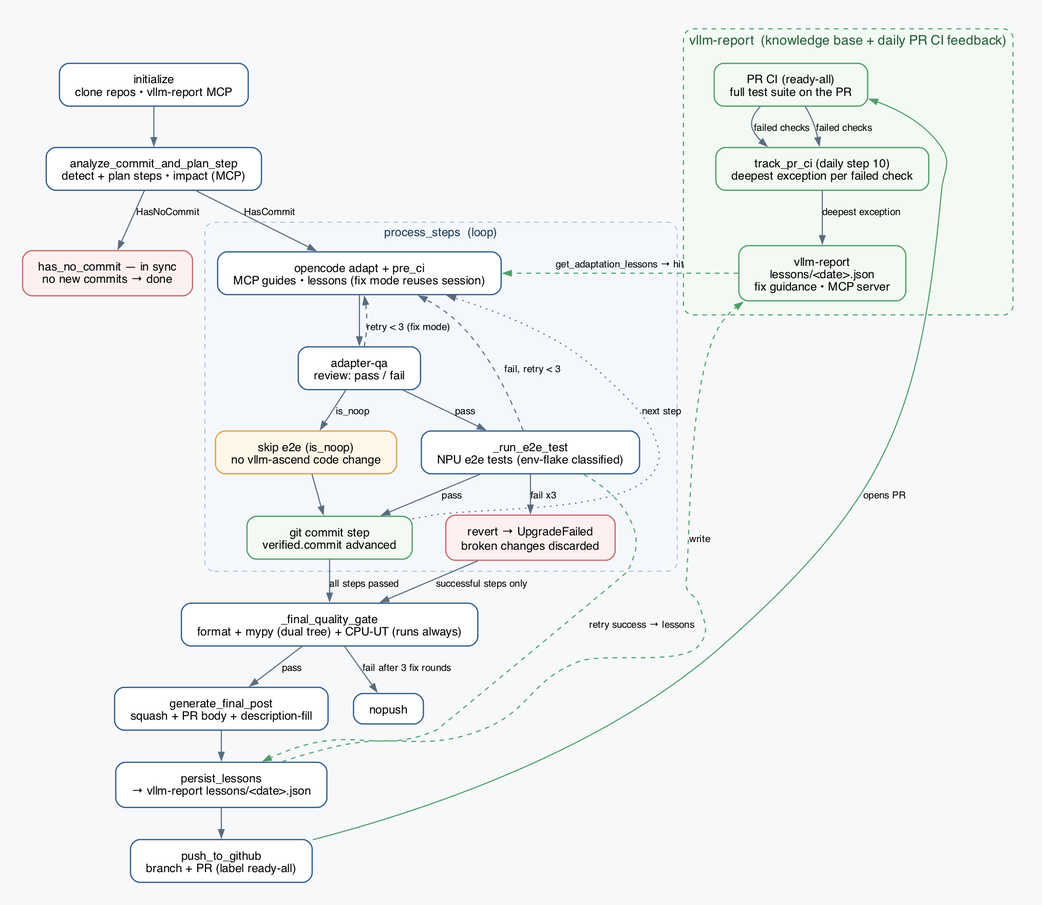
Earlier version of the Graphviz export docs/images/workflow.png (vllm-ascend/main2main_flow). Its source is kept beside it as docs/images/workflow.dot.
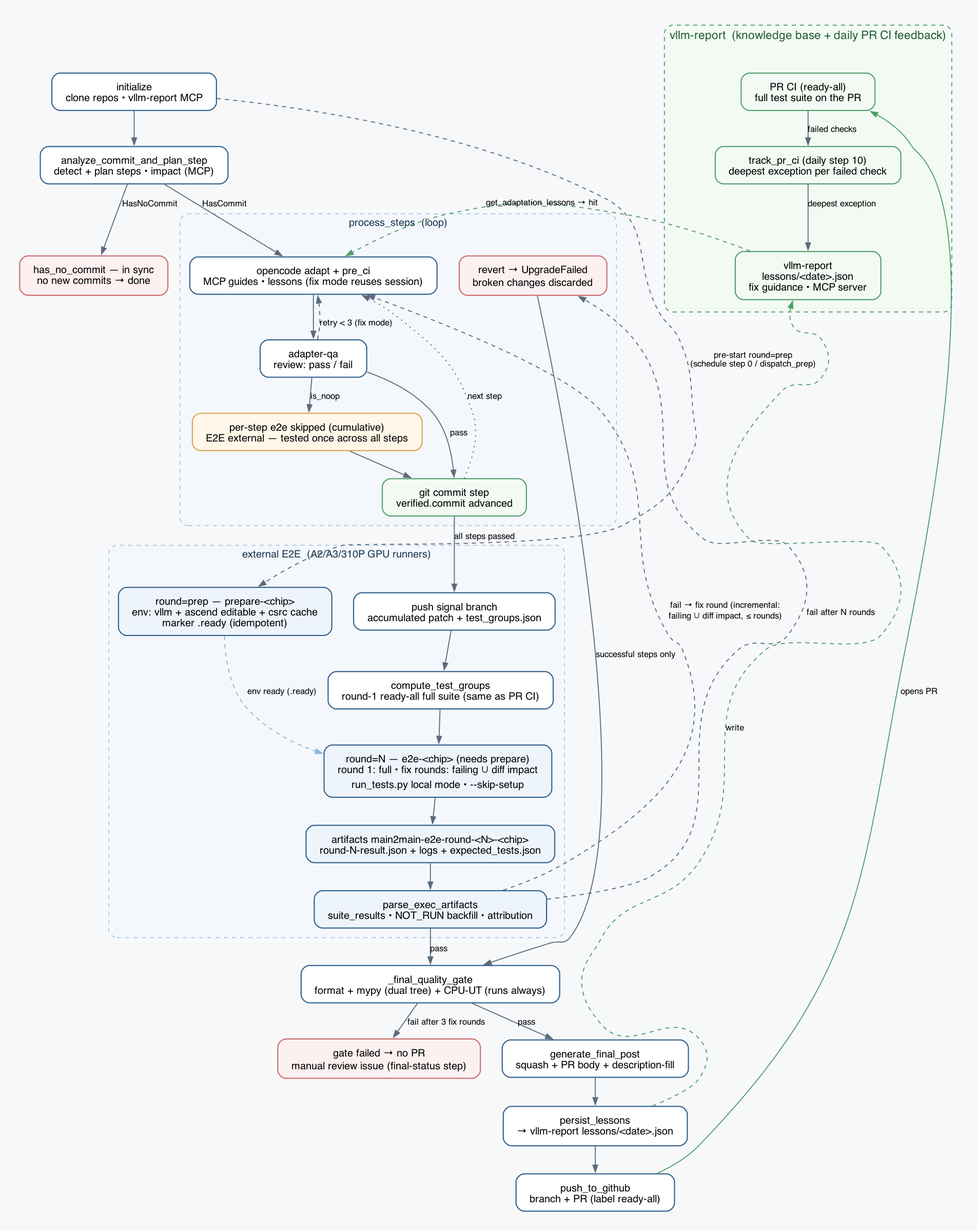
The same diagram one commit later.

Diff of the diagram source:
```diff
@@ -22,8 +22,7 @@
 
       adapter [label="opencode adapt + pre_ci\nMCP guides • lessons (fix mode reuses session)"];
       qa      [label="adapter-qa\nreview: pass / fail"];
-      e2e     [label="_run_e2e_test\nNPU e2e tests (env-flake classified)"];
-      noop    [label="skip e2e (is_noop)\nno vllm-ascend code change",
+      noop    [label="per-step e2e skipped (cumulative)\nE2E external — tested once across all steps",
                fillcolor="#fff7e8", color="#d9a14f"];
       commit  [label="git commit step\nverified.commit advanced",
                fillcolor="#f3faf3", color="#4f9d6b"];
@@ -31,26 +30,51 @@
                fillcolor="#fdf0f0", color="#c96a6a"];
     }
 
+    subgraph cluster_e2e {
+      label="external E2E  (A2/A3/310P GPU runners)";
+      labelloc=t; fontsize=15; fontcolor="#1a3550";
+      style="rounded,dashed"; color="#8fb4d9"; bgcolor="#f4f8fd"; margin=14;
+
+      prep    [label="round=prep — prepare-<chip>\nenv: vllm + ascend editable + csrc cache\nmarker .ready (idempotent)",
+               fillcolor="#eef4fc"];
+      signal  [label="push signal branch\naccumulated patch + test_groups.json"];
+      groups  [label="compute_test_groups\nround-1 ready-all full suite (same as PR CI)"];
+      exec    [label="round=N — e2e-<chip> (needs prepare)\nround 1: full • fix rounds: failing ∪ diff impact\nrun_tests.py local mode • --skip-setup",
+               fillcolor="#eef4fc"];
+      arts    [label="artifacts main2main-e2e-round-<N>-<chip>\nround-N-result.json + logs + expected_tests.json",
+               fillcolor="#eef4fc"];
+      parse   [label="parse_exec_artifacts\nsuite_results • NOT_RUN backfill • attribution",
+               fillcolor="#eef4fc"];
+    }
+
     gate    [label="_final_quality_gate\nformat + mypy (dual tree) + CPU-UT (runs always)"];
+    nopush  [label="gate failed → no PR\nmanual review issue (final-status step)",
+             fillcolor="#fdf0f0", color="#c96a6a"];
     post    [label="generate_final_post\nsquash + PR body + description-fill"];
     lessons [label="persist_lessons\n→ vllm-report lessons/<date>.json"];
     push    [label="push_to_github\nbranch + PR (label ready-all)"];
 
     init -> analyze;
+    init -> prep [label="pre-start round=prep\n(schedule step 0 / dispatch_prep)",
+                  style=dashed, constraint=false];
     analyze -> nocommit [label="HasNoCommit"];
     analyze -> adapter [label="HasCommit"];
     adapter -> qa;
     qa -> adapter [label="retry < 3 (fix mode)", style=dashed, constraint=false];
-    qa -> e2e [label="pass"];
     qa -> noop [label="is_noop"];
+    qa -> commit [label="pass"];
     noop -> commit;
-    e2e -> commit [label="pass"];
-    e2e -> adapter [label="fail, retry < 3", style=dashed, constraint=false];
-    e2e -> revert [label="fail x3"];
     commit -> adapter [label="next step", style=dotted, constraint=false];
-    commit -> gate [label="all steps passed"];
-    e2e -> lessons [label="retry success → lessons", style=dashed,
-                    constraint=false, color="#4f9d6b"];
+    commit -> signal [label="all steps passed"];
+    signal -> groups;
+    groups -> exec;
+    prep -> exec [label="env ready (.ready)", style=dashed, color="#8fb4d9",
+                  constraint=false];
+    exec -> arts;
+    arts -> parse;
+    parse -> adapter [label="fail → fix round (incremental:\nfailing ∪ diff impact, ≤ rounds)", style=dashed, constraint=false];
+    parse -> revert [label="fail after N rounds", style=dashed, constraint=false];
+    parse -> gate [label="pass"];
     revert -> gate [label="successful steps only", constraint=false];
     gate -> post [label="pass"];
     gate -> nopush [label="fail after 3 fix rounds"];
@@ -77,20 +101,6 @@
   }
 
 
-  subgraph cluster_loop2 {
-    label="PR CI feedback  (daily)";
-    labelloc=t; fontsize=17; fontcolor="#1f5c33";
-    style="rounded,dashed"; color="#4f9d6b"; penwidth=1.4; bgcolor="#f3faf3";
-    margin=18;
-
-    pcci  [label="PR CI (ready-all)\nfull test suite on the PR",
-           fillcolor="#f3faf3", color="#4f9d6b"];
-    track [label="track_pr_ci (daily step 10)\ndeepest exception per failed check",
-           fillcolor="#f3faf3", color="#4f9d6b"];
-    pcci -> track [label="failed checks"];
-  }
-
-
   push -> pcci [label="opens PR", color="#4f9d6b", constraint=false];
   lsn -> adapter [label="get_adaptation_lessons → hit", style=dashed,
                   color="#4f9d6b", constraint=false];
```
